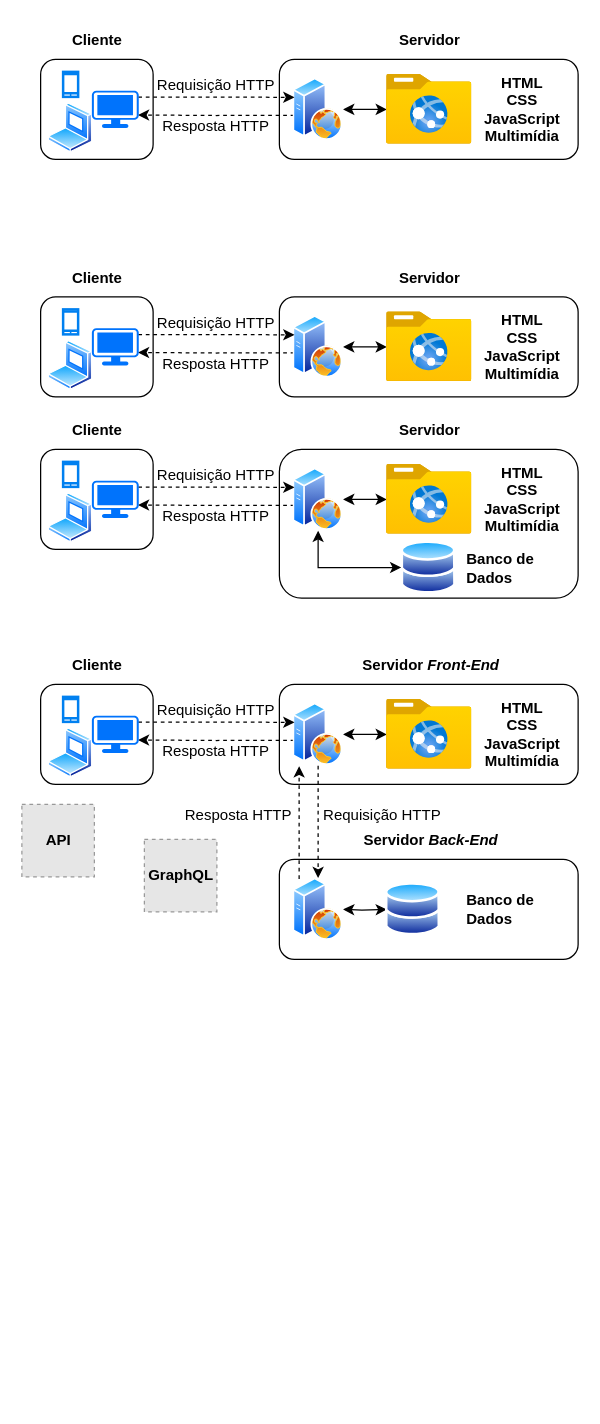
The draw.io diagram gran-aula1.drawio in daniel-souza/draw.ioimages, before the edit. Source tidied: cells renumbered, new cells numbered last; positions are measured from the earlier drawing's top-left corner, leaving out a move shared by most shapes. Both pictures are drawn from the tidied source at 125%, with x=0, y=0 at pixel (21, 21). Pictures stored in the file or linked from it are replaced by grey dashed boxes.
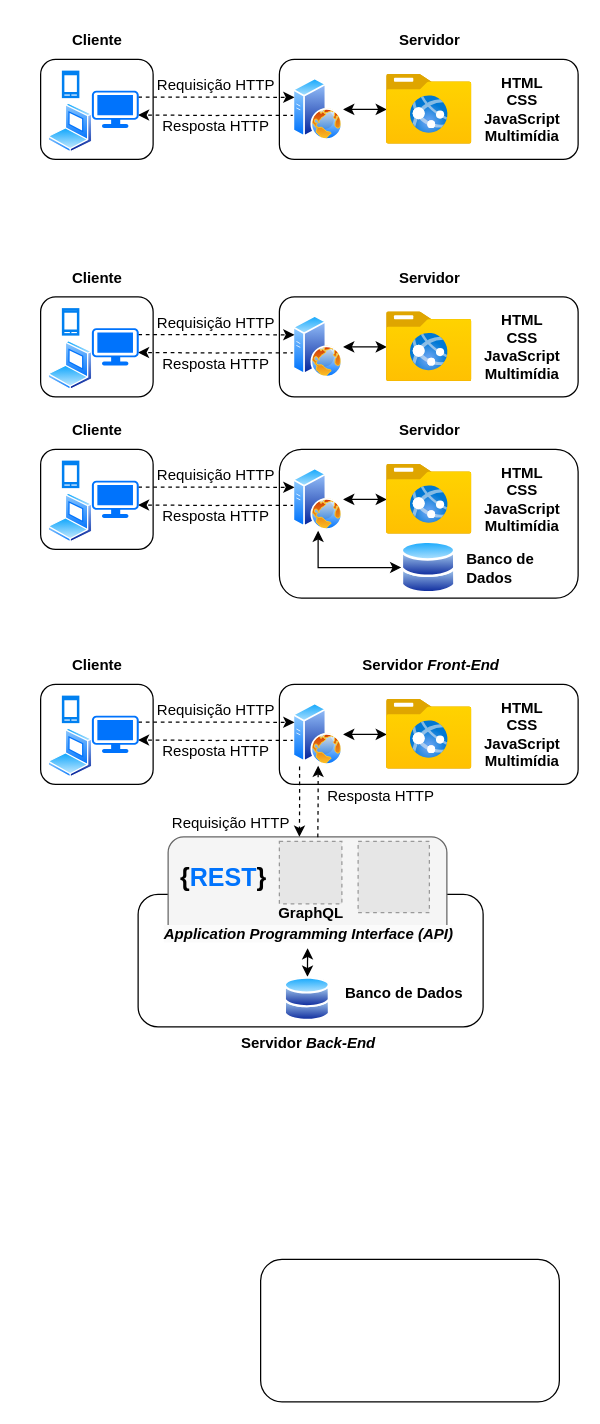
The same page after the edit.

The change refers to these unchanged cells:
```xml
<mxCell id="53" style="image;perimeter=ellipsePerimeter;html=1;align=center;shadow=0;dashed=0;spacingTop=3;image=img/lib/active_directory/web_server.svg;" parent="1" vertex="1">
  <mxGeometry x="217" y="545" width="40" height="50" as="geometry" />
</mxCell>
```

Change to the diagram source:
```diff
@@
+    <mxCell id="81" style="rounded=1;whiteSpace=wrap;html=1;" parent="1" vertex="1">
+      <mxGeometry x="93" y="698" width="276" height="106" as="geometry" />
+    </mxCell>
+    <mxCell id="82" style="rounded=1;whiteSpace=wrap;html=1;fillColor=#f5f5f5;fontColor=#333333;strokeColor=#666666;" parent="1" vertex="1">
+      <mxGeometry x="117" y="652" width="223" height="83" as="geometry" />
+    </mxCell>
@@
+    <mxCell id="83" style="edgeStyle=orthogonalEdgeStyle;rounded=0;jettySize=auto;html=1;entryX=0.537;entryY=0.007;entryDx=0;entryDy=0;entryPerimeter=0;startArrow=classic;startFill=1;dashed=1;endArrow=none;endFill=0;" parent="1" edge="1" source="53" target="82">
+      <mxGeometry relative="1" as="geometry" />
+    </mxCell>
+    <mxCell id="84" style="edgeStyle=orthogonalEdgeStyle;rounded=0;jettySize=auto;html=1;entryX=0.471;entryY=0;entryDx=0;entryDy=0;entryPerimeter=0;exitX=0.129;exitY=1.013;exitDx=0;exitDy=0;exitPerimeter=0;dashed=1;startArrow=none;startFill=0;" parent="1" edge="1" source="53" target="82">
+      <mxGeometry relative="1" as="geometry" />
+    </mxCell>
@@
     <mxCell id="65" style="rounded=1;whiteSpace=wrap;html=1;fontStyle=0;" parent="1" vertex="1">
-      <mxGeometry x="206" y="670" width="239" height="80" as="geometry" />
+      <mxGeometry x="191" y="990" width="239" height="114" as="geometry" />
     </mxCell>
-    <mxCell id="66" style="edgeStyle=orthogonalEdgeStyle;rounded=0;jettySize=auto;html=1;exitX=0.12;exitY=0.013;exitDx=0;exitDy=0;entryX=0.12;entryY=1.008;entryDx=0;entryDy=0;entryPerimeter=0;exitPerimeter=0;dashed=1;" parent="1" edge="1" source="67" target="53">
-      <mxGeometry relative="1" as="geometry" />
-    </mxCell>
-    <mxCell id="67" style="image;perimeter=ellipsePerimeter;html=1;align=center;shadow=0;dashed=0;spacingTop=3;image=img/lib/active_directory/web_server.svg;" parent="1" vertex="1">
-      <mxGeometry x="217" y="685" width="40" height="50" as="geometry" />
-    </mxCell>
-    <mxCell id="68" style="edgeStyle=orthogonalEdgeStyle;rounded=0;jettySize=auto;html=1;startArrow=classic;startFill=1;" parent="1" edge="1" target="67">
-      <mxGeometry relative="1" as="geometry">
-        <mxPoint x="292" y="710" as="sourcePoint" />
-      </mxGeometry>
-    </mxCell>
     <mxCell id="69" value="Servidor &lt;i&gt;Back-End&lt;/i&gt;" style="text;html=1;align=center;verticalAlign=middle;strokeColor=none;fillColor=none;fontStyle=1;" parent="1" vertex="1">
-      <mxGeometry x="264" y="642" width="125" height="26" as="geometry" />
+      <mxGeometry x="166" y="804" width="125" height="26" as="geometry" />
     </mxCell>
+    <mxCell id="85" style="edgeStyle=orthogonalEdgeStyle;rounded=0;jettySize=auto;html=1;entryX=0.5;entryY=1;entryDx=0;entryDy=0;startArrow=classic;startFill=1;exitX=0.5;exitY=0;exitDx=0;exitDy=0;" parent="1" edge="1" source="70" target="89">
+      <mxGeometry relative="1" as="geometry" />
+    </mxCell>
     <mxCell id="70" style="image;perimeter=ellipsePerimeter;html=1;align=center;shadow=0;dashed=0;spacingTop=3;image=img/lib/active_directory/databases.svg;" parent="1" vertex="1">
-      <mxGeometry x="291" y="688.4" width="44" height="43.1" as="geometry" />
+      <mxGeometry x="210.1" y="764" width="36.8" height="36" as="geometry" />
     </mxCell>
-    <mxCell id="71" value="Banco de&lt;br&gt;Dados" style="text;html=1;align=left;verticalAlign=middle;strokeColor=none;fillColor=none;fontStyle=1;" parent="1" vertex="1">
-      <mxGeometry x="354" y="689.5" width="72" height="41" as="geometry" />
+    <mxCell id="71" value="Banco de Dados" style="text;html=1;align=left;verticalAlign=middle;strokeColor=none;fillColor=none;fontStyle=1;" parent="1" vertex="1">
+      <mxGeometry x="257" y="764" width="112" height="26" as="geometry" />
     </mxCell>
-    <mxCell id="72" style="edgeStyle=orthogonalEdgeStyle;rounded=0;jettySize=auto;html=1;dashed=1;" parent="1" edge="1" source="53" target="67">
-      <mxGeometry relative="1" as="geometry" />
-    </mxCell>
     <mxCell id="73" value="Requisição HTTP" style="text;html=1;align=center;verticalAlign=middle;strokeColor=none;fillColor=none;" parent="1" vertex="1">
-      <mxGeometry x="227.5" y="620" width="120" height="30" as="geometry" />
+      <mxGeometry x="107" y="625.5" width="120" height="30" as="geometry" />
     </mxCell>
     <mxCell id="74" value="Resposta HTTP" style="text;html=1;align=center;verticalAlign=middle;strokeColor=none;fillColor=none;" parent="1" vertex="1">
-      <mxGeometry x="117.5" y="620" width="110" height="30" as="geometry" />
+      <mxGeometry x="232" y="605" width="110" height="30" as="geometry" />
     </mxCell>
-    <mxCell id="75" style="group;" parent="1" vertex="1">
-      <mxGeometry y="626" width="58" height="58" as="geometry" />
-    </mxCell>
-    <mxCell id="76" style="fillColor=#E6E6E6;strokeColor=#999999;dashed=1;html=1;verticalAlign=top;verticalLabelPosition=bottom;labelBackgroundColor=#ffffff;" parent="75" vertex="1">
-      <mxGeometry width="58" height="58" as="geometry" />
-    </mxCell>
-    <mxCell id="77" value="API" style="text;html=1;align=center;verticalAlign=middle;strokeColor=none;fillColor=none;fontStyle=1;" parent="75" vertex="1">
-      <mxGeometry x="10" y="16" width="38" height="26" as="geometry" />
-    </mxCell>
-    <mxCell id="78" style="group;" parent="1" vertex="1">
-      <mxGeometry x="98" y="654" width="64" height="58" as="geometry" />
-    </mxCell>
-    <mxCell id="79" style="fillColor=#E6E6E6;strokeColor=#999999;dashed=1;html=1;verticalAlign=top;verticalLabelPosition=bottom;labelBackgroundColor=#ffffff;" parent="78" vertex="1">
-      <mxGeometry width="58" height="58" as="geometry" />
-    </mxCell>
+    <mxCell id="86" style="group;" parent="1" vertex="1">
+      <mxGeometry x="196" y="655.5" width="137" height="73" as="geometry" />
+    </mxCell>
-    <mxCell id="80" value="GraphQL" style="text;html=1;align=center;verticalAlign=middle;strokeColor=none;fillColor=none;fontStyle=1;" parent="78" vertex="1">
-      <mxGeometry x="-6" y="16" width="70" height="26" as="geometry" />
+    <mxCell id="80" value="GraphQL" style="text;html=1;align=center;verticalAlign=middle;strokeColor=none;fillColor=none;fontStyle=1;" parent="86" vertex="1">
+      <mxGeometry y="44" width="70" height="26" as="geometry" />
     </mxCell>
+    <mxCell id="87" style="fillColor=#E6E6E6;strokeColor=#999999;dashed=1;verticalLabelPosition=bottom;labelBackgroundColor=default;verticalAlign=top;" parent="86" vertex="1">
+      <mxGeometry x="10" width="50" height="50" as="geometry" />
+    </mxCell>
+    <mxCell id="88" style="fillColor=#E6E6E6;strokeColor=#999999;dashed=1;verticalLabelPosition=bottom;labelBackgroundColor=default;verticalAlign=top;" parent="86" vertex="1">
+      <mxGeometry x="73" width="57" height="57" as="geometry" />
+    </mxCell>
+    <mxCell id="89" value="&lt;b style=&quot;border-color: var(--border-color); color: rgb(0, 0, 0); font-family: Helvetica; font-size: 12px; font-variant-ligatures: normal; font-variant-caps: normal; letter-spacing: normal; orphans: 2; text-align: center; text-indent: 0px; text-transform: none; widows: 2; word-spacing: 0px; -webkit-text-stroke-width: 0px; background-color: rgb(251, 251, 251); text-decoration-thickness: initial; text-decoration-style: initial; text-decoration-color: initial;&quot;&gt;&lt;i&gt;Application&amp;nbsp;Programming&amp;nbsp;Interface (API)&lt;br&gt;&lt;/i&gt;&lt;/b&gt;" style="text;whiteSpace=wrap;html=1;" parent="1" vertex="1">
+      <mxGeometry x="111.8" y="716" width="233.5" height="25" as="geometry" />
+    </mxCell>
+    <mxCell id="90" value="&lt;b style=&quot;font-size: 20px;&quot;&gt;{&lt;font color=&quot;#0073fc&quot; style=&quot;font-size: 20px;&quot;&gt;REST&lt;/font&gt;}&lt;/b&gt;" style="text;html=1;align=center;verticalAlign=middle;strokeColor=none;fillColor=none;fontSize=20;" parent="1" vertex="1">
+      <mxGeometry x="117.5" y="666" width="87" height="36" as="geometry" />
+    </mxCell>
```
